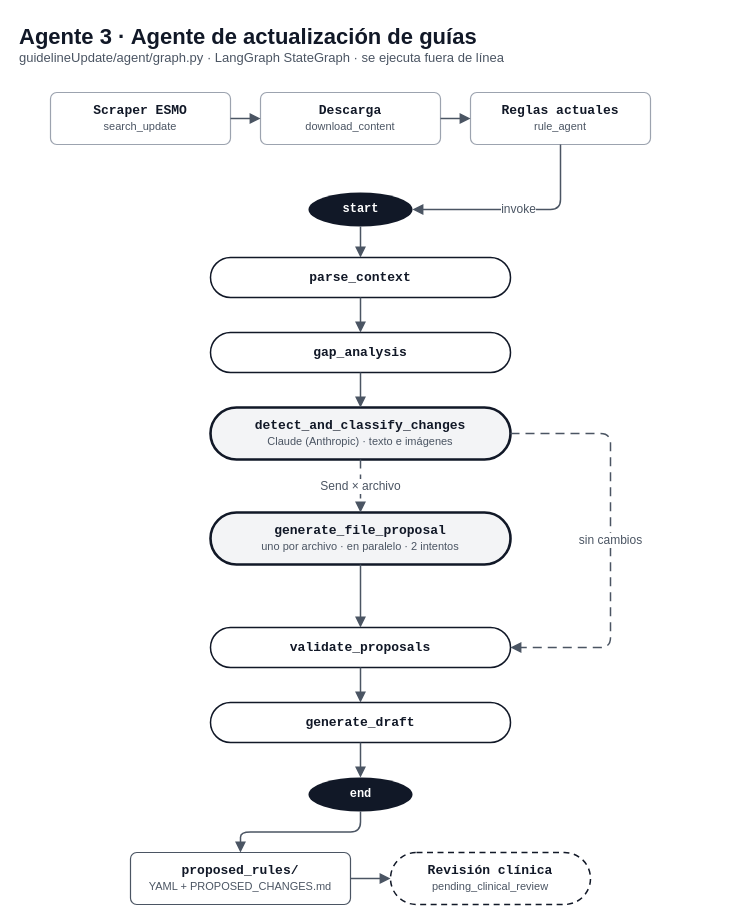
Paulina0209/Proyecto_4 keeps this draw.io diagram as docs/diagramas/agente_3_guias.drawio. Above is the earlier version. Source tidied: cells renumbered, new cells numbered last; positions are measured from the earlier drawing's top-left corner, leaving out a move shared by most shapes. Both pictures are drawn from the tidied source at 100%, with x=0, y=0 at pixel (17, 17).
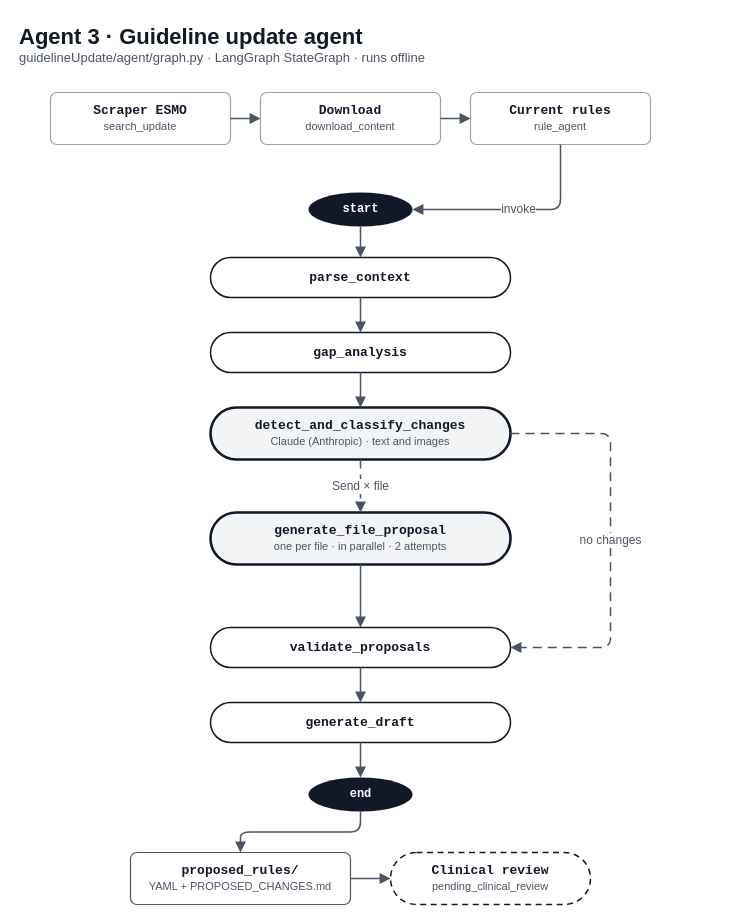
Above is the later version.

The change refers to these unchanged cells:
```xml
<mxCell id="14" value="&lt;b&gt;validate_proposals&lt;/b&gt;" style="rounded=1;arcSize=50;html=1;whiteSpace=wrap;fillColor=#FFFFFF;strokeColor=#111827;strokeWidth=1.5;fontSize=13;fontColor=#111827;fontFamily=Courier New;" parent="1" vertex="1">
  <mxGeometry x="193" y="610" width="300" height="40" as="geometry" />
</mxCell>
```

Diff of the diagram source:
```diff
@@
-    <mxCell id="2" value="&lt;b style=&quot;font-size:22px&quot;&gt;Agente 3 · Agente de actualización de guías&lt;/b&gt;&lt;br&gt;&lt;font style=&quot;font-size:13px&quot; color=&quot;#4B5563&quot;&gt;guidelineUpdate/agent/graph.py · LangGraph StateGraph · se ejecuta fuera de línea&lt;/font&gt;" style="text;html=1;strokeColor=none;fillColor=none;align=left;verticalAlign=top;fontColor=#111827;" parent="1" vertex="1">
+    <mxCell id="2" value="&lt;b style=&quot;font-size:22px&quot;&gt;Agent 3 · Guideline update agent&lt;/b&gt;&lt;br&gt;&lt;font style=&quot;font-size:13px&quot; color=&quot;#4B5563&quot;&gt;guidelineUpdate/agent/graph.py · LangGraph StateGraph · runs offline&lt;/font&gt;" style="text;html=1;strokeColor=none;fillColor=none;align=left;verticalAlign=top;fontColor=#111827;" parent="1" vertex="1">
       <mxGeometry width="700" height="56" as="geometry" />
     </mxCell>
@@
-    <mxCell id="4" value="&lt;b&gt;Descarga&lt;/b&gt;&lt;br&gt;&lt;font style=&quot;font-size:11px&quot; face=&quot;Helvetica&quot; color=&quot;#4B5563&quot;&gt;download_content&lt;/font&gt;" style="rounded=1;arcSize=12;html=1;whiteSpace=wrap;fillColor=#FFFFFF;strokeColor=#9CA3AF;strokeWidth=1.2;fontSize=13;fontColor=#111827;fontFamily=Courier New;" parent="1" vertex="1">
+    <mxCell id="4" value="&lt;b&gt;Download&lt;/b&gt;&lt;br&gt;&lt;font style=&quot;font-size:11px&quot; face=&quot;Helvetica&quot; color=&quot;#4B5563&quot;&gt;download_content&lt;/font&gt;" style="rounded=1;arcSize=12;html=1;whiteSpace=wrap;fillColor=#FFFFFF;strokeColor=#9CA3AF;strokeWidth=1.2;fontSize=13;fontColor=#111827;fontFamily=Courier New;" parent="1" vertex="1">
       <mxGeometry x="243" y="75" width="180" height="52" as="geometry" />
     </mxCell>
-    <mxCell id="5" value="&lt;b&gt;Reglas actuales&lt;/b&gt;&lt;br&gt;&lt;font style=&quot;font-size:11px&quot; face=&quot;Helvetica&quot; color=&quot;#4B5563&quot;&gt;rule_agent&lt;/font&gt;" style="rounded=1;arcSize=12;html=1;whiteSpace=wrap;fillColor=#FFFFFF;strokeColor=#9CA3AF;strokeWidth=1.2;fontSize=13;fontColor=#111827;fontFamily=Courier New;" parent="1" vertex="1">
+    <mxCell id="5" value="&lt;b&gt;Current rules&lt;/b&gt;&lt;br&gt;&lt;font style=&quot;font-size:11px&quot; face=&quot;Helvetica&quot; color=&quot;#4B5563&quot;&gt;rule_agent&lt;/font&gt;" style="rounded=1;arcSize=12;html=1;whiteSpace=wrap;fillColor=#FFFFFF;strokeColor=#9CA3AF;strokeWidth=1.2;fontSize=13;fontColor=#111827;fontFamily=Courier New;" parent="1" vertex="1">
       <mxGeometry x="453" y="75" width="180" height="52" as="geometry" />
     </mxCell>
@@
-    <mxCell id="12" value="&lt;b&gt;detect_and_classify_changes&lt;/b&gt;&lt;br&gt;&lt;font style=&quot;font-size:11px&quot; face=&quot;Helvetica&quot; color=&quot;#4B5563&quot;&gt;Claude (Anthropic) · texto e imágenes&lt;/font&gt;" style="rounded=1;arcSize=50;html=1;whiteSpace=wrap;fillColor=#F3F4F6;strokeColor=#111827;strokeWidth=2.6;fontSize=13;fontColor=#111827;fontFamily=Courier New;" parent="1" vertex="1">
+    <mxCell id="12" value="&lt;b&gt;detect_and_classify_changes&lt;/b&gt;&lt;br&gt;&lt;font style=&quot;font-size:11px&quot; face=&quot;Helvetica&quot; color=&quot;#4B5563&quot;&gt;Claude (Anthropic) · text and images&lt;/font&gt;" style="rounded=1;arcSize=50;html=1;whiteSpace=wrap;fillColor=#F3F4F6;strokeColor=#111827;strokeWidth=2.6;fontSize=13;fontColor=#111827;fontFamily=Courier New;" parent="1" vertex="1">
       <mxGeometry x="193" y="390" width="300" height="52" as="geometry" />
     </mxCell>
-    <mxCell id="13" value="&lt;b&gt;generate_file_proposal&lt;/b&gt;&lt;br&gt;&lt;font style=&quot;font-size:11px&quot; face=&quot;Helvetica&quot; color=&quot;#4B5563&quot;&gt;uno por archivo · en paralelo · 2 intentos&lt;/font&gt;" style="rounded=1;arcSize=50;html=1;whiteSpace=wrap;fillColor=#F3F4F6;strokeColor=#111827;strokeWidth=2.6;fontSize=13;fontColor=#111827;fontFamily=Courier New;" parent="1" vertex="1">
+    <mxCell id="13" value="&lt;b&gt;generate_file_proposal&lt;/b&gt;&lt;br&gt;&lt;font style=&quot;font-size:11px&quot; face=&quot;Helvetica&quot; color=&quot;#4B5563&quot;&gt;one per file · in parallel · 2 attempts&lt;/font&gt;" style="rounded=1;arcSize=50;html=1;whiteSpace=wrap;fillColor=#F3F4F6;strokeColor=#111827;strokeWidth=2.6;fontSize=13;fontColor=#111827;fontFamily=Courier New;" parent="1" vertex="1">
       <mxGeometry x="193" y="495" width="300" height="52" as="geometry" />
     </mxCell>
@@
-    <mxCell id="18" value="&lt;b&gt;Revisión clínica&lt;/b&gt;&lt;br&gt;&lt;font style=&quot;font-size:11px&quot; face=&quot;Helvetica&quot; color=&quot;#4B5563&quot;&gt;pending_clinical_review&lt;/font&gt;" style="rounded=1;arcSize=50;html=1;whiteSpace=wrap;fillColor=#FFFFFF;strokeColor=#111827;strokeWidth=1.5;dashed=1;dashPattern=4 3;fontSize=13;fontColor=#111827;fontFamily=Courier New;" parent="1" vertex="1">
+    <mxCell id="18" value="&lt;b&gt;Clinical review&lt;/b&gt;&lt;br&gt;&lt;font style=&quot;font-size:11px&quot; face=&quot;Helvetica&quot; color=&quot;#4B5563&quot;&gt;pending_clinical_review&lt;/font&gt;" style="rounded=1;arcSize=50;html=1;whiteSpace=wrap;fillColor=#FFFFFF;strokeColor=#111827;strokeWidth=1.5;dashed=1;dashPattern=4 3;fontSize=13;fontColor=#111827;fontFamily=Courier New;" parent="1" vertex="1">
       <mxGeometry x="373" y="835" width="200" height="52" as="geometry" />
     </mxCell>
@@
-    <mxCell id="22" value="Send × archivo" style="edgeStyle=orthogonalEdgeStyle;rounded=1;html=1;strokeColor=#4B5563;strokeWidth=1.5;endArrow=block;endFill=1;endSize=7;fontSize=12;fontColor=#4B5563;labelBackgroundColor=#FFFFFF;dashed=1;dashPattern=6 4;exitX=0.5;exitY=1;entryX=0.5;entryY=0;" parent="1" edge="1" source="12" target="13">
+    <mxCell id="22" value="Send × file" style="edgeStyle=orthogonalEdgeStyle;rounded=1;html=1;strokeColor=#4B5563;strokeWidth=1.5;endArrow=block;endFill=1;endSize=7;fontSize=12;fontColor=#4B5563;labelBackgroundColor=#FFFFFF;dashed=1;dashPattern=6 4;exitX=0.5;exitY=1;entryX=0.5;entryY=0;" parent="1" edge="1" source="12" target="13">
       <mxGeometry relative="1" as="geometry" />
     </mxCell>
-    <mxCell id="23" value="sin cambios" style="edgeStyle=orthogonalEdgeStyle;rounded=1;html=1;strokeColor=#4B5563;strokeWidth=1.5;endArrow=block;endFill=1;endSize=7;fontSize=12;fontColor=#4B5563;labelBackgroundColor=#FFFFFF;dashed=1;dashPattern=6 4;exitX=1;exitY=0.5;entryX=1;entryY=0.5;" parent="1" edge="1" source="12" target="14">
+    <mxCell id="23" value="no changes" style="edgeStyle=orthogonalEdgeStyle;rounded=1;html=1;strokeColor=#4B5563;strokeWidth=1.5;endArrow=block;endFill=1;endSize=7;fontSize=12;fontColor=#4B5563;labelBackgroundColor=#FFFFFF;dashed=1;dashPattern=6 4;exitX=1;exitY=0.5;entryX=1;entryY=0.5;" parent="1" edge="1" source="12" target="14">
       <mxGeometry relative="1" as="geometry">
         <Array as="points">
           <mxPoint x="593" y="416" />
           <mxPoint x="593" y="630" />
         </Array>
       </mxGeometry>
     </mxCell>
```
